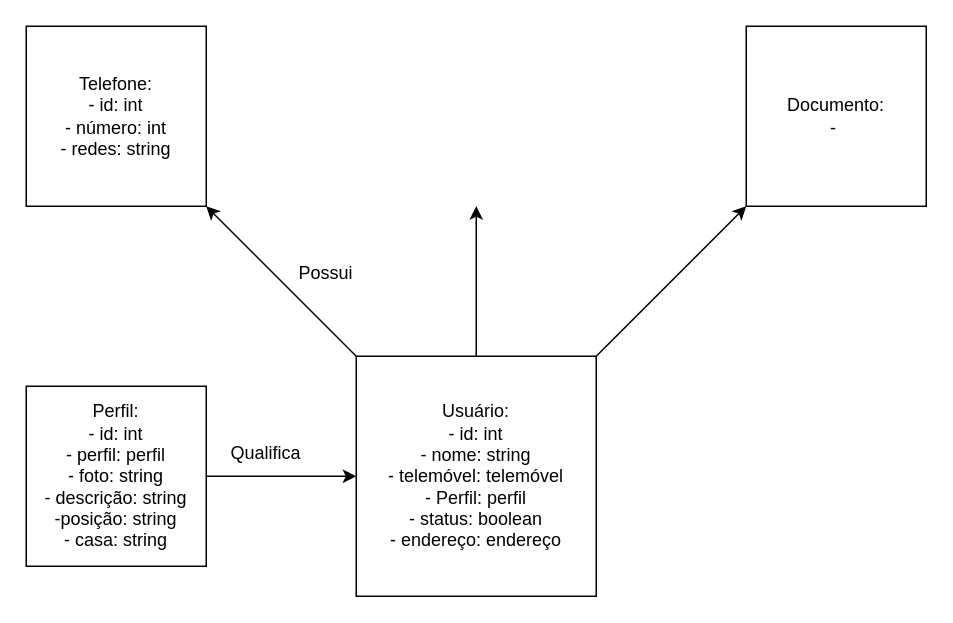
Before: Diagrama sem nome.drawio in Spereira05/Spereira05, a draw.io diagram. Source tidied: cells renumbered, new cells numbered last; positions are measured from the earlier drawing's top-left corner, leaving out a move shared by most shapes. Both pictures are drawn from the tidied source at 150%, with x=0, y=0 at pixel (26, 26).
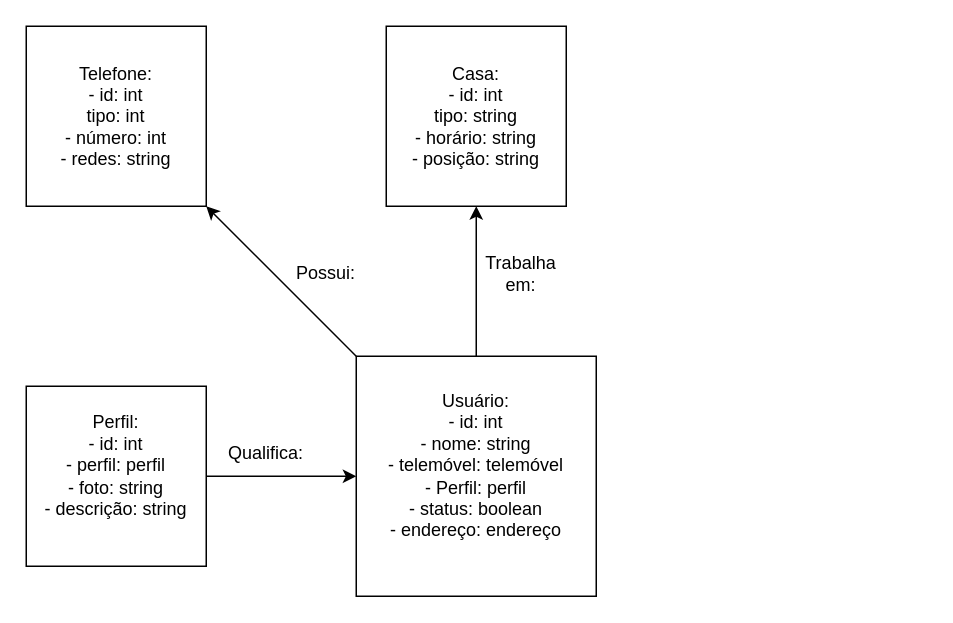
The same diagram, later.

Change to the diagram source:
```diff
@@
 <mxGraphModel>
   <root>
     <mxCell id="0" />
     <mxCell id="1" parent="0" />
     <mxCell id="2" style="edgeStyle=orthogonalEdgeStyle;rounded=0;jettySize=auto;html=1;" parent="1" edge="1" source="3">
       <mxGeometry relative="1" as="geometry">
         <mxPoint x="300" y="120" as="targetPoint" />
       </mxGeometry>
     </mxCell>
-    <mxCell id="3" value="Usuário:&lt;div&gt;- id: int&lt;/div&gt;&lt;div&gt;- nome: string&lt;/div&gt;&lt;div&gt;- telemóvel: telemóvel&lt;/div&gt;&lt;div&gt;&lt;span style=&quot;background-color: initial;&quot;&gt;- Perfil: perfil&lt;/span&gt;&lt;br&gt;&lt;/div&gt;&lt;div&gt;- status: boolean&lt;/div&gt;&lt;div&gt;- endereço: endereço&lt;/div&gt;" style="whiteSpace=wrap;html=1;" parent="1" vertex="1">
+    <mxCell id="3" value="Usuário:&lt;div&gt;- id: int&lt;/div&gt;&lt;div&gt;- nome: string&lt;/div&gt;&lt;div&gt;- telemóvel: telemóvel&lt;/div&gt;&lt;div&gt;&lt;span style=&quot;background-color: initial;&quot;&gt;- Perfil: perfil&lt;/span&gt;&lt;br&gt;&lt;/div&gt;&lt;div&gt;- status: boolean&lt;/div&gt;&lt;div&gt;- endereço: endereço&lt;/div&gt;&lt;div&gt;&lt;br&gt;&lt;/div&gt;" style="whiteSpace=wrap;html=1;" parent="1" vertex="1">
       <mxGeometry x="220" y="220" width="160" height="160" as="geometry" />
     </mxCell>
     <mxCell id="4" style="edgeStyle=orthogonalEdgeStyle;rounded=0;jettySize=auto;html=1;" parent="1" edge="1" source="5">
       <mxGeometry relative="1" as="geometry">
         <mxPoint x="220" y="300" as="targetPoint" />
       </mxGeometry>
     </mxCell>
-    <mxCell id="5" value="Perfil:&lt;div&gt;- id: int&lt;/div&gt;&lt;div&gt;- perfil: perfil&lt;/div&gt;&lt;div&gt;- foto: string&lt;/div&gt;&lt;div&gt;- descrição: string&lt;/div&gt;&lt;div&gt;-posição: string&lt;/div&gt;&lt;div&gt;- casa: string&lt;/div&gt;" style="whiteSpace=wrap;html=1;" parent="1" vertex="1">
+    <mxCell id="5" value="Perfil:&lt;div&gt;- id: int&lt;/div&gt;&lt;div&gt;- perfil: perfil&lt;/div&gt;&lt;div&gt;- foto: string&lt;/div&gt;&lt;div&gt;- descrição: string&lt;/div&gt;&lt;div&gt;&lt;br&gt;&lt;/div&gt;" style="whiteSpace=wrap;html=1;" parent="1" vertex="1">
       <mxGeometry y="240" width="120" height="120" as="geometry" />
     </mxCell>
-    <mxCell id="6" value="Qualifica" style="text;html=1;align=center;verticalAlign=middle;whiteSpace=wrap;rounded=0;" parent="1" vertex="1">
+    <mxCell id="6" value="Qualifica:" style="text;html=1;align=center;verticalAlign=middle;whiteSpace=wrap;rounded=0;" parent="1" vertex="1">
       <mxGeometry x="130" y="270" width="60" height="30" as="geometry" />
     </mxCell>
     <mxCell id="7" style="endArrow=classic;html=1;rounded=0;exitX=0;exitY=0;exitDx=0;exitDy=0;" parent="1" edge="1" source="3">
       <mxGeometry relative="1" as="geometry">
         <mxPoint x="120" y="120" as="targetPoint" />
       </mxGeometry>
     </mxCell>
-    <mxCell id="8" value="Telefone:&lt;div&gt;- id: int&lt;/div&gt;&lt;div&gt;- número: int&lt;/div&gt;&lt;div&gt;- redes: string&lt;/div&gt;" style="whiteSpace=wrap;html=1;" parent="1" vertex="1">
+    <mxCell id="8" value="Telefone:&lt;div&gt;- id: int&lt;/div&gt;&lt;div&gt;tipo: int&lt;/div&gt;&lt;div&gt;- número: int&lt;/div&gt;&lt;div&gt;- redes: string&lt;/div&gt;" style="whiteSpace=wrap;html=1;" parent="1" vertex="1">
       <mxGeometry width="120" height="120" as="geometry" />
     </mxCell>
-    <mxCell id="9" value="Possui" style="text;html=1;align=center;verticalAlign=middle;whiteSpace=wrap;rounded=0;" parent="1" vertex="1">
+    <mxCell id="9" value="Possui:" style="text;html=1;align=center;verticalAlign=middle;whiteSpace=wrap;rounded=0;" parent="1" vertex="1">
       <mxGeometry x="170" y="150" width="60" height="30" as="geometry" />
     </mxCell>
-    <mxCell id="10" style="endArrow=classic;html=1;rounded=0;exitX=1;exitY=0;exitDx=0;exitDy=0;" parent="1" edge="1" source="3">
-      <mxGeometry relative="1" as="geometry">
-        <mxPoint x="480" y="120" as="targetPoint" />
-      </mxGeometry>
-    </mxCell>
-    <mxCell id="11" value="Documento:&lt;div&gt;-&amp;nbsp;&lt;/div&gt;" style="whiteSpace=wrap;html=1;" parent="1" vertex="1">
-      <mxGeometry x="480" width="120" height="120" as="geometry" />
-    </mxCell>
+    <mxCell id="12" value="Casa:&lt;div&gt;- id: int&lt;/div&gt;&lt;div&gt;tipo: string&lt;/div&gt;&lt;div&gt;- horário: string&lt;/div&gt;&lt;div&gt;- posição: string&lt;/div&gt;" style="whiteSpace=wrap;html=1;" parent="1" vertex="1">
+      <mxGeometry x="240" width="120" height="120" as="geometry" />
+    </mxCell>
+    <mxCell id="13" value="Trabalha em:" style="text;html=1;align=center;verticalAlign=middle;whiteSpace=wrap;rounded=0;" parent="1" vertex="1">
+      <mxGeometry x="300" y="150" width="60" height="30" as="geometry" />
+    </mxCell>
   </root>
 </mxGraphModel>
```
